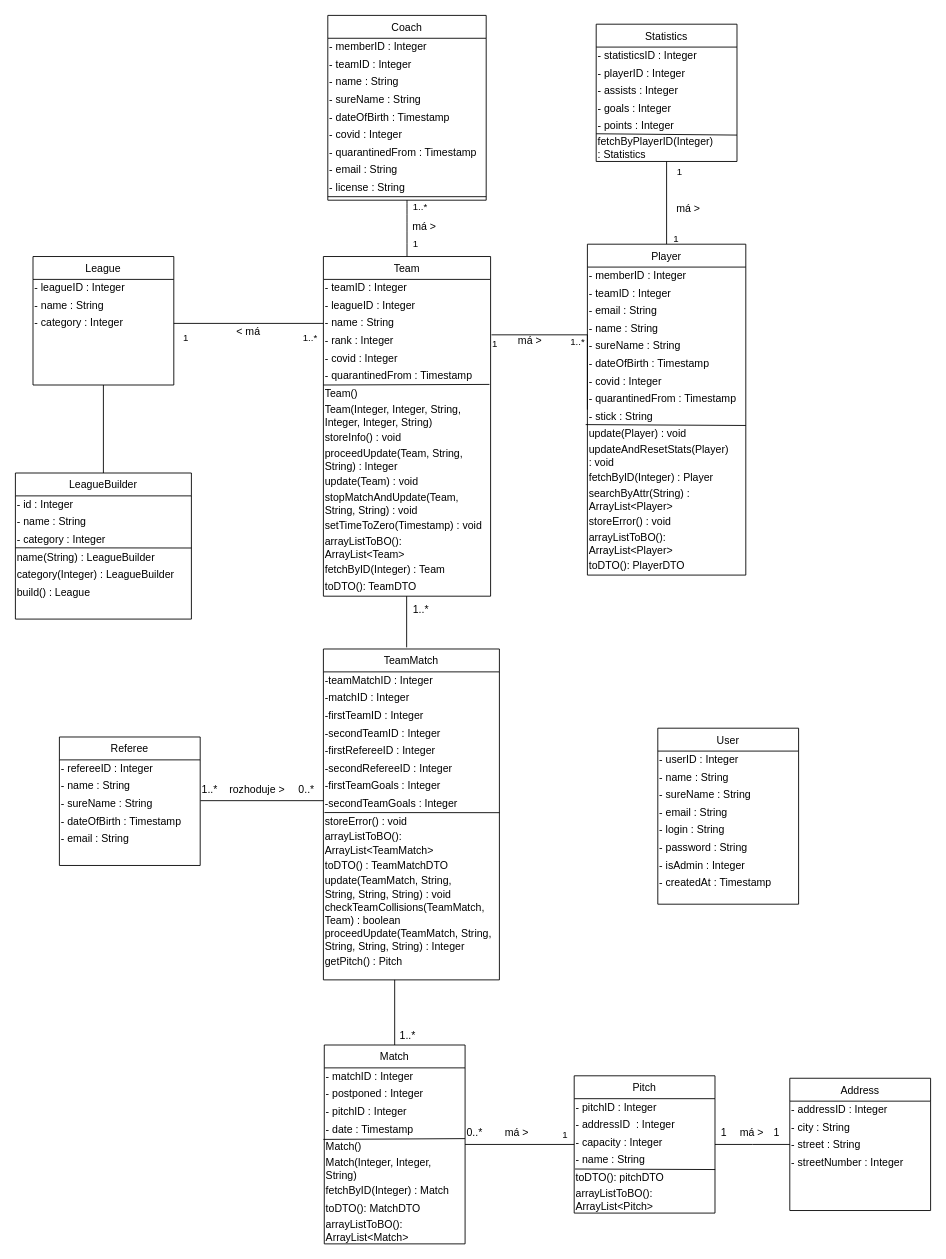
alenamartinkova/cfbu-IS keeps this draw.io diagram as artefacts/class-business.drawio. Above is the earlier version. Source tidied: cells renumbered, new cells numbered last; positions are measured from the earlier drawing's top-left corner, leaving out a move shared by most shapes. Both pictures are drawn from the tidied source at 88%, with x=0, y=0 at pixel (15, 15).
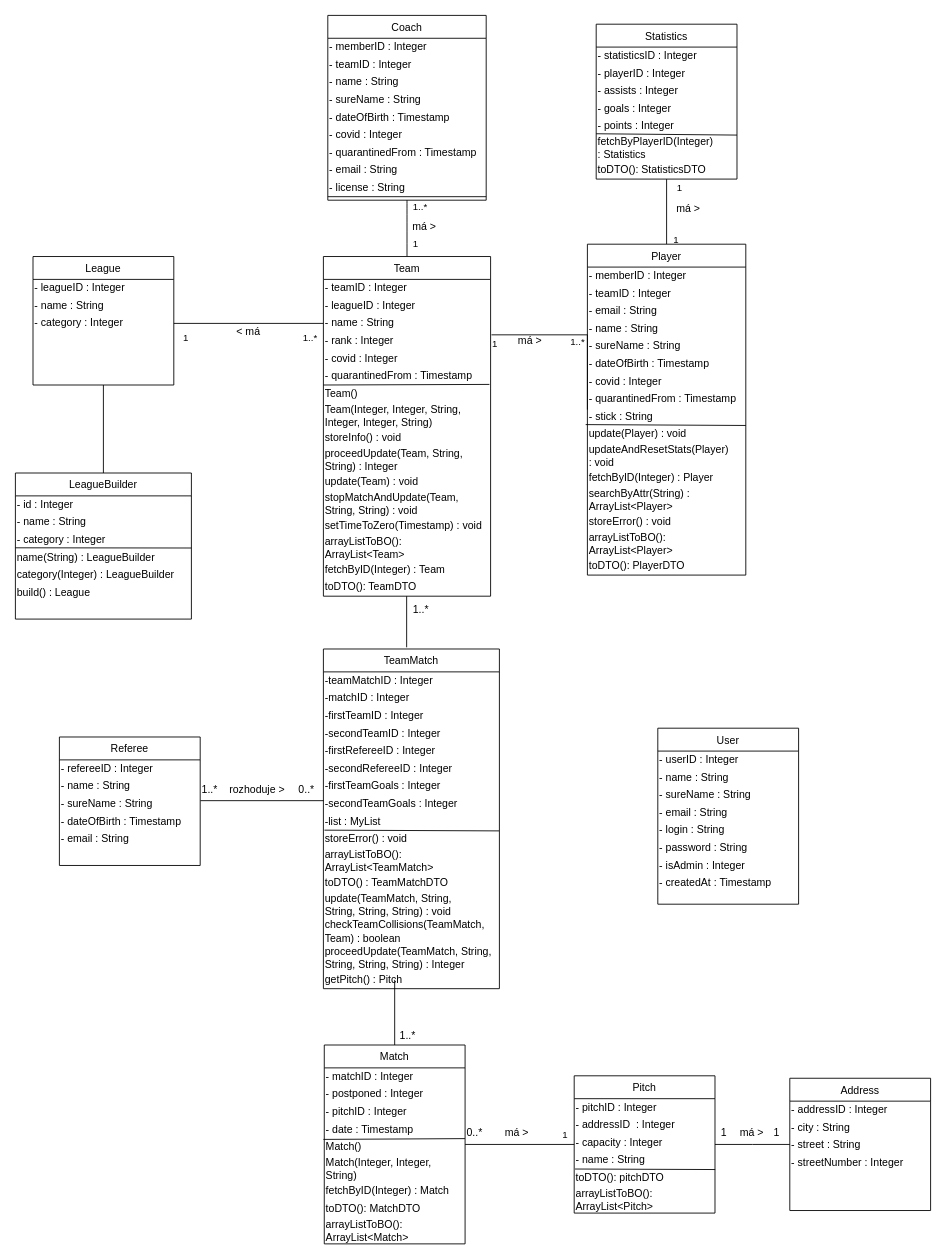
After the change.

Commit message (it also covers changes not shown here):
class dto

What changed in the source:
```diff
@@
     <mxCell id="37" value="Statistics" style="swimlane;fontStyle=0;align=center;verticalAlign=top;horizontal=1;startSize=26;rounded=0;shadow=0;strokeWidth=1;" parent="1" vertex="1">
-      <mxGeometry x="660" y="10" width="160" height="156" as="geometry" />
+      <mxGeometry x="660" y="10" width="160" height="176" as="geometry" />
     </mxCell>
@@
+    <mxCell id="158" value="toDTO(): StatisticsDTO" style="text;html=1;align=left;verticalAlign=middle;" parent="37" vertex="1">
+      <mxGeometry y="156" width="160" height="20" as="geometry" />
+    </mxCell>
@@
     <mxCell id="127" value="TeamMatch" style="swimlane;fontStyle=0;align=center;verticalAlign=top;horizontal=1;startSize=26;rounded=0;shadow=0;strokeWidth=1;" parent="1" vertex="1">
-      <mxGeometry x="350" y="720" width="200" height="376" as="geometry" />
+      <mxGeometry x="350" y="720" width="200" height="386" as="geometry" />
     </mxCell>
@@
+    <mxCell id="159" value="-list : MyList" style="text;html=1;align=left;verticalAlign=middle;points=[];" parent="127" vertex="1">
+      <mxGeometry y="186" width="200" height="20" as="geometry" />
+    </mxCell>
     <mxCell id="136" value="storeError() : void" style="text;html=1;align=left;verticalAlign=middle;points=[];" parent="127" vertex="1">
-      <mxGeometry y="186" width="200" height="20" as="geometry" />
+      <mxGeometry y="206" width="200" height="20" as="geometry" />
     </mxCell>
-    <mxCell id="137" style="endArrow=none;html=1;exitX=0.006;exitY=-0.007;exitDx=0;exitDy=0;exitPerimeter=0;" parent="127" edge="1" source="136">
-      <mxGeometry relative="1" as="geometry">
-        <mxPoint x="200" y="186" as="targetPoint" />
-      </mxGeometry>
+    <mxCell id="137" style="endArrow=none;html=1;exitX=0.006;exitY=-0.007;exitDx=0;exitDy=0;exitPerimeter=0;entryX=0.998;entryY=1.035;entryDx=0;entryDy=0;entryPerimeter=0;" parent="127" edge="1" source="136" target="159">
+      <mxGeometry relative="1" as="geometry" />
     </mxCell>
     <mxCell id="138" value="arrayListToBO(): &lt;br&gt;ArrayList&amp;lt;TeamMatch&amp;gt;" style="text;html=1;align=left;verticalAlign=middle;" parent="127" vertex="1">
-      <mxGeometry y="206" width="200" height="30" as="geometry" />
+      <mxGeometry y="226" width="200" height="30" as="geometry" />
     </mxCell>
     <mxCell id="139" value="toDTO() : TeamMatchDTO" style="text;html=1;align=left;verticalAlign=middle;" parent="127" vertex="1">
-      <mxGeometry y="236" width="200" height="20" as="geometry" />
+      <mxGeometry y="256" width="200" height="20" as="geometry" />
     </mxCell>
     <mxCell id="140" value="update(TeamMatch, String, &lt;br&gt;String, String, String) : void" style="text;html=1;align=left;verticalAlign=middle;" parent="127" vertex="1">
-      <mxGeometry y="256" width="200" height="30" as="geometry" />
+      <mxGeometry y="276" width="200" height="30" as="geometry" />
     </mxCell>
     <mxCell id="141" value="checkTeamCollisions(TeamMatch,&lt;br&gt;Team) : boolean" style="text;html=1;align=left;verticalAlign=middle;" parent="127" vertex="1">
-      <mxGeometry y="286" width="200" height="30" as="geometry" />
+      <mxGeometry y="306" width="200" height="30" as="geometry" />
     </mxCell>
     <mxCell id="142" value="proceedUpdate(TeamMatch, String, &lt;br&gt;String, String, String) : Integer" style="text;html=1;align=left;verticalAlign=middle;" parent="127" vertex="1">
-      <mxGeometry y="316" width="200" height="30" as="geometry" />
+      <mxGeometry y="336" width="200" height="30" as="geometry" />
     </mxCell>
     <mxCell id="143" value="getPitch() : Pitch" style="text;html=1;align=left;verticalAlign=middle;" parent="127" vertex="1">
-      <mxGeometry y="346" width="200" height="20" as="geometry" />
+      <mxGeometry y="366" width="200" height="20" as="geometry" />
     </mxCell>
```
